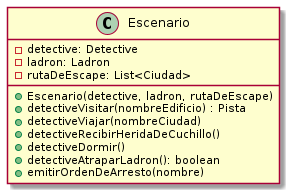
The PlantUML diagram diagrams/classes/clase_escenario.png in MegaRedHand/algo-thief, before a commit. The source it was exported from:
```plantuml
@startuml

class Escenario {
    - detective: Detective
    - ladron: Ladron
    - rutaDeEscape: List<Ciudad>
    + Escenario(detective, ladron, rutaDeEscape)
    + detectiveVisitar(nombreEdificio) : Pista
    + detectiveViajar(nombreCiudad)
    + detectiveRecibirHeridaDeCuchillo()
    + detectiveDormir()
    + detectiveAtraparLadron(): boolean
    + emitirOrdenDeArresto(nombre)
}

@enduml
```
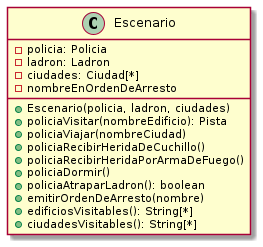
After the commit.

Diff of the diagram source:
```diff
@@ -1,16 +1,20 @@
 @startuml
 
 class Escenario {
-    - detective: Detective
+    - policia: Policia
     - ladron: Ladron
-    - rutaDeEscape: List<Ciudad>
-    + Escenario(detective, ladron, rutaDeEscape)
-    + detectiveVisitar(nombreEdificio) : Pista
-    + detectiveViajar(nombreCiudad)
-    + detectiveRecibirHeridaDeCuchillo()
-    + detectiveDormir()
-    + detectiveAtraparLadron(): boolean
+    - ciudades: Ciudad[*]
+    - nombreEnOrdenDeArresto
+    + Escenario(policia, ladron, ciudades)
+    + policiaVisitar(nombreEdificio): Pista
+    + policiaViajar(nombreCiudad)
+    + policiaRecibirHeridaDeCuchillo()
+    + policiaRecibirHeridaPorArmaDeFuego()
+    + policiaDormir()
+    + policiaAtraparLadron(): boolean
     + emitirOrdenDeArresto(nombre)
+    + edificiosVisitables(): String[*]
+    + ciudadesVisitables(): String[*]
 }
 
 @enduml
```
